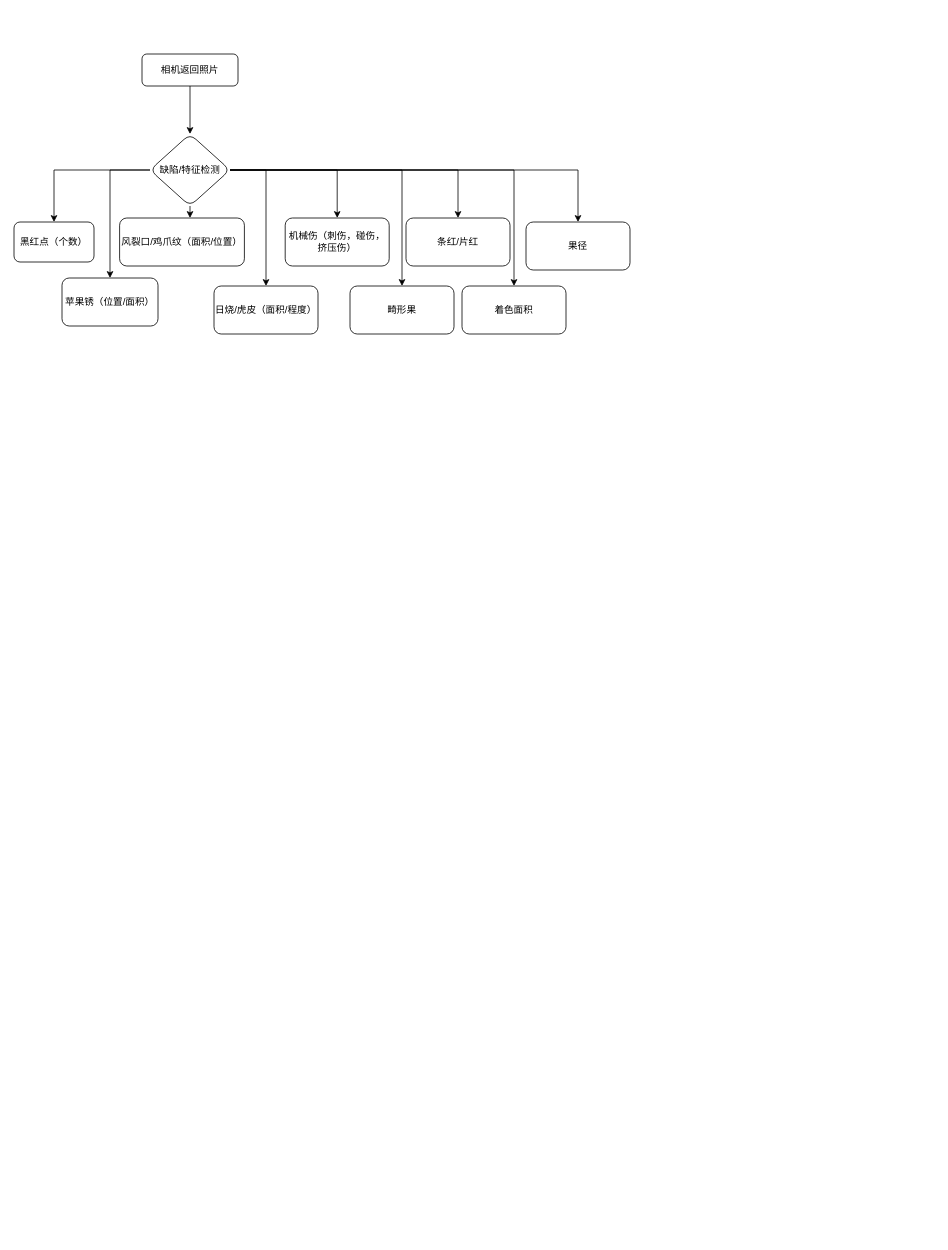
The draw.io diagram 识别逻辑.drawio in JoySort/uml, before the edit. Source tidied: cells renumbered, new cells numbered last; positions are measured from the earlier drawing's top-left corner, leaving out a move shared by most shapes. Both pictures are drawn from the tidied source at 80%, with x=0, y=0 at pixel (14, 54).
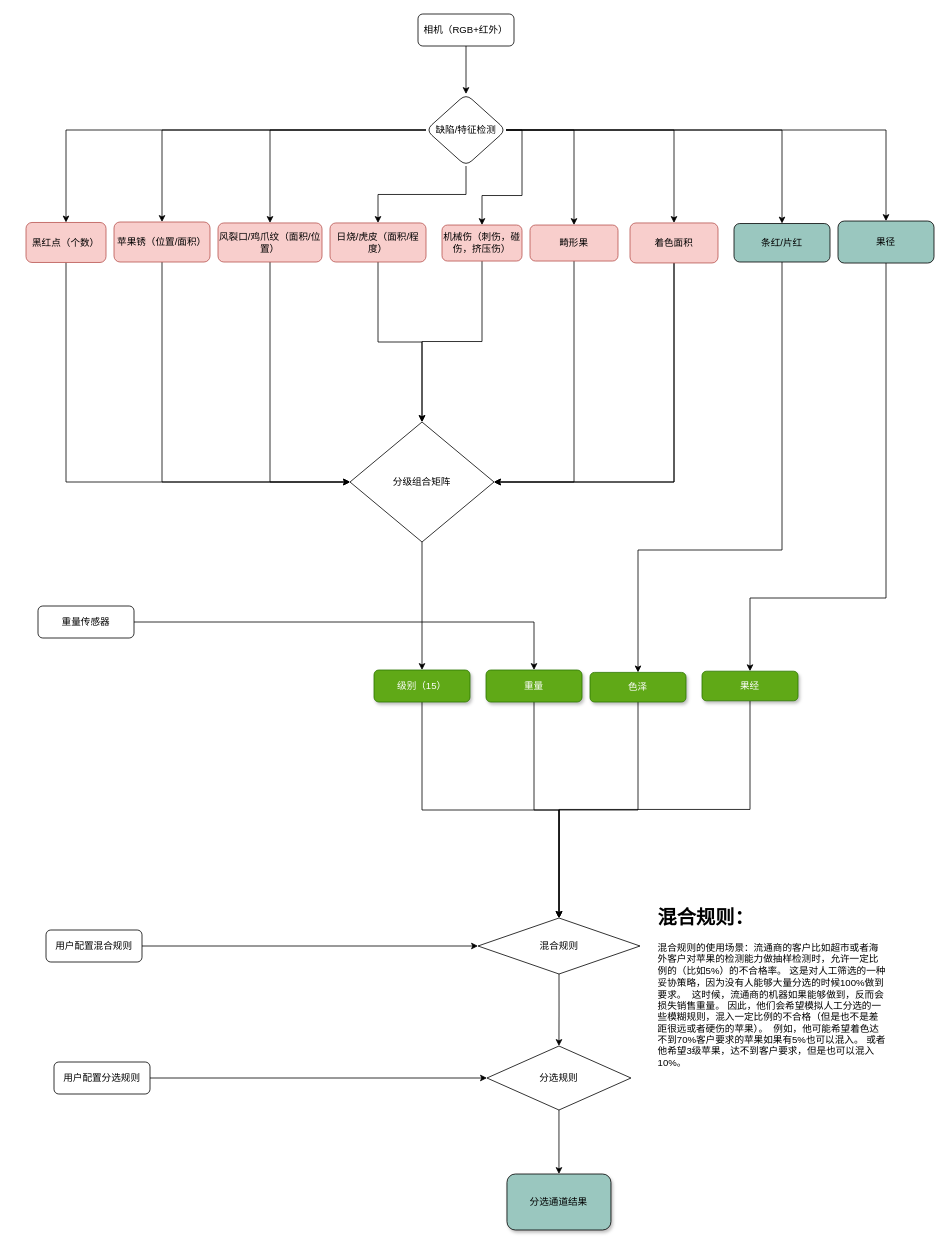
The same page after the edit.

The edit, as a diff of the source:
```diff
@@
-    <mxCell id="3" value="相机返回照片" style="rounded=1;whiteSpace=wrap;html=1;fontSize=12;glass=0;strokeWidth=1;shadow=0;" parent="1" vertex="1">
-      <mxGeometry x="160" width="120" height="40" as="geometry" />
+    <mxCell id="3" value="相机（RGB+红外）" style="rounded=1;whiteSpace=wrap;html=1;fontSize=12;glass=0;strokeWidth=1;shadow=0;" parent="1" vertex="1">
+      <mxGeometry x="505" y="-50" width="120" height="40" as="geometry" />
     </mxCell>
@@
-    <mxCell id="6" style="edgeStyle=orthogonalEdgeStyle;rounded=0;jettySize=auto;html=1;" parent="1" edge="1" source="13" target="16">
-      <mxGeometry relative="1" as="geometry">
-        <Array as="points">
-          <mxPoint x="240" y="215" />
-          <mxPoint x="268" y="215" />
-        </Array>
-      </mxGeometry>
-    </mxCell>
-    <mxCell id="7" style="edgeStyle=orthogonalEdgeStyle;rounded=0;jettySize=auto;html=1;exitX=1;exitY=0.5;exitDx=0;exitDy=0;entryX=0.5;entryY=0;entryDx=0;entryDy=0;" parent="1" edge="1" source="13" target="17">
-      <mxGeometry relative="1" as="geometry" />
-    </mxCell>
-    <mxCell id="8" style="edgeStyle=orthogonalEdgeStyle;rounded=0;jettySize=auto;html=1;" parent="1" edge="1" source="13" target="18">
+    <mxCell id="8" style="edgeStyle=orthogonalEdgeStyle;rounded=0;jettySize=auto;html=1;exitX=1;exitY=0.5;exitDx=0;exitDy=0;" parent="1" edge="1" source="13" target="18">
       <mxGeometry relative="1" as="geometry" />
     </mxCell>
@@
+    <mxCell id="7" style="edgeStyle=orthogonalEdgeStyle;rounded=0;jettySize=auto;html=1;exitX=0.5;exitY=1;exitDx=0;exitDy=0;" parent="1" edge="1" source="13" target="17">
+      <mxGeometry relative="1" as="geometry" />
+    </mxCell>
+    <mxCell id="6" style="edgeStyle=orthogonalEdgeStyle;rounded=0;jettySize=auto;html=1;exitX=0;exitY=0.5;exitDx=0;exitDy=0;" parent="1" edge="1" source="13" target="16">
+      <mxGeometry relative="1" as="geometry" />
+    </mxCell>
     <mxCell id="13" value="缺陷/特征检测" style="rhombus;whiteSpace=wrap;html=1;rounded=1;shadow=0;strokeWidth=1;glass=0;" parent="1" vertex="1">
-      <mxGeometry x="170" y="100" width="100" height="90" as="geometry" />
+      <mxGeometry x="515" y="50" width="100" height="90" as="geometry" />
     </mxCell>
+    <mxCell id="23" style="edgeStyle=orthogonalEdgeStyle;rounded=0;jettySize=auto;html=1;entryX=0;entryY=0.5;entryDx=0;entryDy=0;exitX=0.5;exitY=1;exitDx=0;exitDy=0;" parent="1" edge="1" source="14" target="34">
+      <mxGeometry relative="1" as="geometry" />
+    </mxCell>
-    <mxCell id="14" value="黑红点（个数）" style="whiteSpace=wrap;html=1;rounded=1;shadow=0;strokeWidth=1;glass=0;" parent="1" vertex="1">
-      <mxGeometry y="210" width="100" height="50" as="geometry" />
+    <mxCell id="14" value="黑红点（个数）" style="whiteSpace=wrap;html=1;rounded=1;shadow=0;strokeWidth=1;glass=0;fillColor=#f8cecc;strokeColor=#b85450;" parent="1" vertex="1">
+      <mxGeometry x="15" y="210.6" width="100" height="50" as="geometry" />
     </mxCell>
+    <mxCell id="24" style="edgeStyle=orthogonalEdgeStyle;rounded=0;jettySize=auto;html=1;entryX=0;entryY=0.5;entryDx=0;entryDy=0;exitX=0.5;exitY=1;exitDx=0;exitDy=0;" parent="1" edge="1" source="15" target="34">
+      <mxGeometry relative="1" as="geometry" />
+    </mxCell>
-    <mxCell id="15" value="苹果锈（位置/面积）" style="whiteSpace=wrap;html=1;rounded=1;shadow=0;strokeWidth=1;glass=0;" parent="1" vertex="1">
-      <mxGeometry x="60" y="280" width="120" height="60" as="geometry" />
+    <mxCell id="15" value="苹果锈（位置/面积）" style="whiteSpace=wrap;html=1;rounded=1;shadow=0;strokeWidth=1;glass=0;fillColor=#f8cecc;strokeColor=#b85450;" parent="1" vertex="1">
+      <mxGeometry x="125" y="210" width="120" height="50" as="geometry" />
     </mxCell>
+    <mxCell id="25" style="edgeStyle=orthogonalEdgeStyle;rounded=0;jettySize=auto;html=1;exitX=0.5;exitY=1;exitDx=0;exitDy=0;entryX=0;entryY=0.5;entryDx=0;entryDy=0;" parent="1" edge="1" source="16" target="34">
+      <mxGeometry relative="1" as="geometry" />
+    </mxCell>
-    <mxCell id="16" value="风裂口/鸡爪纹（面积/位置）" style="whiteSpace=wrap;html=1;rounded=1;shadow=0;strokeWidth=1;glass=0;" parent="1" vertex="1">
-      <mxGeometry x="132" y="205" width="156" height="60" as="geometry" />
+    <mxCell id="16" value="风裂口/鸡爪纹（面积/位置）" style="whiteSpace=wrap;html=1;rounded=1;shadow=0;strokeWidth=1;glass=0;fillColor=#f8cecc;strokeColor=#b85450;" parent="1" vertex="1">
+      <mxGeometry x="255" y="211.2" width="130" height="48.8" as="geometry" />
     </mxCell>
+    <mxCell id="26" style="edgeStyle=orthogonalEdgeStyle;rounded=0;jettySize=auto;html=1;exitX=0.5;exitY=1;exitDx=0;exitDy=0;" parent="1" edge="1" source="17" target="34">
+      <mxGeometry relative="1" as="geometry" />
+    </mxCell>
-    <mxCell id="17" value="日烧/虎皮（面积/程度）" style="whiteSpace=wrap;html=1;rounded=1;shadow=0;strokeWidth=1;glass=0;" parent="1" vertex="1">
-      <mxGeometry x="250" y="290" width="130" height="60" as="geometry" />
+    <mxCell id="17" value="日烧/虎皮（面积/程度）" style="whiteSpace=wrap;html=1;rounded=1;shadow=0;strokeWidth=1;glass=0;fillColor=#f8cecc;strokeColor=#b85450;" parent="1" vertex="1">
+      <mxGeometry x="395" y="211.2" width="120" height="48.8" as="geometry" />
     </mxCell>
+    <mxCell id="27" style="edgeStyle=orthogonalEdgeStyle;rounded=0;jettySize=auto;html=1;exitX=0.5;exitY=1;exitDx=0;exitDy=0;entryX=0.5;entryY=0;entryDx=0;entryDy=0;" parent="1" edge="1" source="18" target="34">
+      <mxGeometry relative="1" as="geometry" />
+    </mxCell>
-    <mxCell id="18" value="机械伤（刺伤，碰伤，挤压伤）" style="whiteSpace=wrap;html=1;rounded=1;shadow=0;strokeWidth=1;glass=0;" parent="1" vertex="1">
-      <mxGeometry x="339" y="205" width="130" height="60" as="geometry" />
+    <mxCell id="18" value="机械伤（刺伤，碰伤，挤压伤）" style="whiteSpace=wrap;html=1;rounded=1;shadow=0;strokeWidth=1;glass=0;fillColor=#f8cecc;strokeColor=#b85450;" parent="1" vertex="1">
+      <mxGeometry x="535" y="213.8" width="100" height="45" as="geometry" />
     </mxCell>
+    <mxCell id="28" style="edgeStyle=orthogonalEdgeStyle;rounded=0;jettySize=auto;html=1;entryX=1;entryY=0.5;entryDx=0;entryDy=0;exitX=0.5;exitY=1;exitDx=0;exitDy=0;" parent="1" edge="1" source="19" target="34">
+      <mxGeometry relative="1" as="geometry" />
+    </mxCell>
-    <mxCell id="19" value="畸形果" style="whiteSpace=wrap;html=1;rounded=1;shadow=0;strokeWidth=1;glass=0;" parent="1" vertex="1">
-      <mxGeometry x="420" y="290" width="130" height="60" as="geometry" />
+    <mxCell id="19" value="畸形果" style="whiteSpace=wrap;html=1;rounded=1;shadow=0;strokeWidth=1;glass=0;fillColor=#f8cecc;strokeColor=#b85450;" parent="1" vertex="1">
+      <mxGeometry x="645" y="213.8" width="110" height="45" as="geometry" />
     </mxCell>
+    <mxCell id="29" style="edgeStyle=orthogonalEdgeStyle;rounded=0;jettySize=auto;html=1;exitX=0.5;exitY=1;exitDx=0;exitDy=0;entryX=1;entryY=0.5;entryDx=0;entryDy=0;" parent="1" edge="1" source="21" target="34">
+      <mxGeometry relative="1" as="geometry" />
+    </mxCell>
+    <mxCell id="30" style="edgeStyle=orthogonalEdgeStyle;rounded=0;jettySize=auto;html=1;exitX=0.5;exitY=1;exitDx=0;exitDy=0;" parent="1" edge="1" source="20" target="44">
+      <mxGeometry relative="1" as="geometry">
+        <Array as="points">
+          <mxPoint x="960" y="620" />
+          <mxPoint x="780" y="620" />
+        </Array>
+      </mxGeometry>
+    </mxCell>
-    <mxCell id="20" value="条红/片红" style="whiteSpace=wrap;html=1;rounded=1;shadow=0;strokeWidth=1;glass=0;" parent="1" vertex="1">
-      <mxGeometry x="490" y="205" width="130" height="60" as="geometry" />
+    <mxCell id="20" value="条红/片红" style="whiteSpace=wrap;html=1;rounded=1;shadow=0;strokeWidth=1;glass=0;fillColor=#9AC7BF;" parent="1" vertex="1">
+      <mxGeometry x="900" y="211.9" width="120" height="48.1" as="geometry" />
     </mxCell>
+    <mxCell id="31" style="edgeStyle=orthogonalEdgeStyle;rounded=0;jettySize=auto;html=1;exitX=0.5;exitY=1;exitDx=0;exitDy=0;entryX=1;entryY=0.5;entryDx=0;entryDy=0;" parent="1" edge="1" source="21" target="34">
+      <mxGeometry relative="1" as="geometry" />
+    </mxCell>
+    <mxCell id="32" style="edgeStyle=orthogonalEdgeStyle;rounded=0;jettySize=auto;html=1;exitX=0.5;exitY=1;exitDx=0;exitDy=0;" parent="1" edge="1" source="22" target="48">
+      <mxGeometry relative="1" as="geometry">
+        <Array as="points">
+          <mxPoint x="1090" y="680" />
+          <mxPoint x="920" y="680" />
+        </Array>
+      </mxGeometry>
+    </mxCell>
+    <mxCell id="22" value="果径" style="whiteSpace=wrap;html=1;rounded=1;shadow=0;strokeWidth=1;glass=0;fillColor=#9AC7BF;" parent="1" vertex="1">
+      <mxGeometry x="1030" y="208.8" width="120" height="52.5" as="geometry" />
+    </mxCell>
+    <mxCell id="33" style="edgeStyle=orthogonalEdgeStyle;rounded=0;jettySize=auto;html=1;" parent="1" edge="1" source="34" target="42">
+      <mxGeometry relative="1" as="geometry" />
+    </mxCell>
+    <mxCell id="34" value="分级组合矩阵" style="rhombus;whiteSpace=wrap;html=1;" parent="1" vertex="1">
+      <mxGeometry x="420" y="460" width="180" height="150" as="geometry" />
+    </mxCell>
-    <mxCell id="21" value="着色面积" style="whiteSpace=wrap;html=1;rounded=1;shadow=0;strokeWidth=1;glass=0;" parent="1" vertex="1">
-      <mxGeometry x="560" y="290" width="130" height="60" as="geometry" />
+    <mxCell id="21" value="着色面积" style="whiteSpace=wrap;html=1;rounded=1;shadow=0;strokeWidth=1;glass=0;fillColor=#f8cecc;strokeColor=#b85450;" parent="1" vertex="1">
+      <mxGeometry x="770" y="211.2" width="110" height="50" as="geometry" />
     </mxCell>
-    <mxCell id="22" value="果径" style="whiteSpace=wrap;html=1;rounded=1;shadow=0;strokeWidth=1;glass=0;" parent="1" vertex="1">
-      <mxGeometry x="640" y="210" width="130" height="60" as="geometry" />
-    </mxCell>
+    <mxCell id="35" style="edgeStyle=orthogonalEdgeStyle;rounded=0;jettySize=auto;html=1;entryX=0.5;entryY=0;entryDx=0;entryDy=0;" parent="1" edge="1" source="36" target="40">
+      <mxGeometry relative="1" as="geometry" />
+    </mxCell>
+    <mxCell id="36" value="重量传感器" style="rounded=1;whiteSpace=wrap;html=1;fontSize=12;glass=0;strokeWidth=1;shadow=0;" parent="1" vertex="1">
+      <mxGeometry x="30" y="690" width="120" height="40" as="geometry" />
+    </mxCell>
+    <mxCell id="37" style="edgeStyle=orthogonalEdgeStyle;rounded=0;jettySize=auto;html=1;" parent="1" edge="1" source="38" target="46">
+      <mxGeometry relative="1" as="geometry" />
+    </mxCell>
+    <mxCell id="38" value="用户配置分选规则" style="rounded=1;whiteSpace=wrap;html=1;fontSize=12;glass=0;strokeWidth=1;shadow=0;" parent="1" vertex="1">
+      <mxGeometry x="50" y="1260" width="120" height="40" as="geometry" />
+    </mxCell>
+    <mxCell id="39" style="edgeStyle=orthogonalEdgeStyle;rounded=0;jettySize=auto;html=1;exitX=0.5;exitY=1;exitDx=0;exitDy=0;entryX=0.5;entryY=0;entryDx=0;entryDy=0;" parent="1" edge="1" source="40" target="52">
+      <mxGeometry relative="1" as="geometry" />
+    </mxCell>
+    <mxCell id="40" value="重量" style="rounded=1;whiteSpace=wrap;html=1;fontSize=12;glass=0;strokeWidth=1;shadow=1;sketch=0;fillColor=#60a917;strokeColor=#2D7600;fontColor=#ffffff;" parent="1" vertex="1">
+      <mxGeometry x="590" y="770" width="120" height="40" as="geometry" />
+    </mxCell>
+    <mxCell id="41" style="edgeStyle=orthogonalEdgeStyle;rounded=0;jettySize=auto;html=1;exitX=0.5;exitY=1;exitDx=0;exitDy=0;entryX=0.5;entryY=0;entryDx=0;entryDy=0;" parent="1" edge="1" source="42" target="52">
+      <mxGeometry relative="1" as="geometry" />
+    </mxCell>
+    <mxCell id="42" value="级别（15）" style="whiteSpace=wrap;html=1;rounded=1;glass=0;shadow=1;sketch=0;fillColor=#60a917;strokeColor=#2D7600;fontColor=#ffffff;" parent="1" vertex="1">
+      <mxGeometry x="450" y="770" width="120" height="40" as="geometry" />
+    </mxCell>
+    <mxCell id="43" style="edgeStyle=orthogonalEdgeStyle;rounded=0;jettySize=auto;html=1;exitX=0.5;exitY=1;exitDx=0;exitDy=0;entryX=0.5;entryY=0;entryDx=0;entryDy=0;" parent="1" edge="1" source="44" target="52">
+      <mxGeometry relative="1" as="geometry" />
+    </mxCell>
+    <mxCell id="44" value="色泽" style="whiteSpace=wrap;html=1;rounded=1;shadow=1;strokeWidth=1;glass=0;sketch=0;fillColor=#60a917;strokeColor=#2D7600;fontColor=#ffffff;" parent="1" vertex="1">
+      <mxGeometry x="720" y="773" width="120" height="37" as="geometry" />
+    </mxCell>
+    <mxCell id="45" style="edgeStyle=orthogonalEdgeStyle;rounded=0;jettySize=auto;html=1;exitX=0.5;exitY=1;exitDx=0;exitDy=0;entryX=0.5;entryY=0;entryDx=0;entryDy=0;" parent="1" edge="1" source="46" target="54">
+      <mxGeometry relative="1" as="geometry" />
+    </mxCell>
+    <mxCell id="46" value="分选规则" style="rhombus;whiteSpace=wrap;html=1;" parent="1" vertex="1">
+      <mxGeometry x="591.2" y="1240" width="180" height="80" as="geometry" />
+    </mxCell>
+    <mxCell id="47" style="edgeStyle=orthogonalEdgeStyle;rounded=0;jettySize=auto;html=1;exitX=0.5;exitY=1;exitDx=0;exitDy=0;" parent="1" edge="1" source="48" target="52">
+      <mxGeometry relative="1" as="geometry" />
+    </mxCell>
+    <mxCell id="48" value="果经" style="whiteSpace=wrap;html=1;rounded=1;shadow=1;strokeWidth=1;glass=0;sketch=0;fillColor=#60a917;strokeColor=#2D7600;fontColor=#ffffff;" parent="1" vertex="1">
+      <mxGeometry x="860" y="771.5" width="120" height="37" as="geometry" />
+    </mxCell>
+    <mxCell id="49" style="edgeStyle=orthogonalEdgeStyle;rounded=0;jettySize=auto;html=1;" parent="1" edge="1" source="50" target="52">
+      <mxGeometry relative="1" as="geometry" />
+    </mxCell>
+    <mxCell id="50" value="用户配置混合规则" style="rounded=1;whiteSpace=wrap;html=1;fontSize=12;glass=0;strokeWidth=1;shadow=0;" parent="1" vertex="1">
+      <mxGeometry x="40" y="1095" width="120" height="40" as="geometry" />
+    </mxCell>
+    <mxCell id="51" style="edgeStyle=orthogonalEdgeStyle;rounded=0;jettySize=auto;html=1;exitX=0.5;exitY=1;exitDx=0;exitDy=0;entryX=0.5;entryY=0;entryDx=0;entryDy=0;" parent="1" edge="1" source="52" target="46">
+      <mxGeometry relative="1" as="geometry" />
+    </mxCell>
+    <mxCell id="52" value="混合规则" style="rhombus;whiteSpace=wrap;html=1;" parent="1" vertex="1">
+      <mxGeometry x="580" y="1080" width="202.5" height="70" as="geometry" />
+    </mxCell>
+    <mxCell id="53" value="&lt;h1&gt;混合规则：&lt;/h1&gt;&lt;div&gt;混合规则的使用场景：流通商的客户比如超市或者海外客户对苹果的检测能力做抽样检测时，允许一定比例的（比如5%）的不合格率。 这是对人工筛选的一种妥协策略，因为没有人能够大量分选的时候100%做到要求。&amp;nbsp; 这时候，流通商的机器如果能够做到，反而会损失销售重量。 因此，他们会希望模拟人工分选的一些模糊规则，混入一定比例的不合格（但是也不是差距很远或者硬伤的苹果）。&amp;nbsp; 例如，他可能希望着色达不到70%客户要求的苹果如果有5%也可以混入。 或者他希望3级苹果，达不到客户要求，但是也可以混入10%。&lt;/div&gt;" style="text;html=1;strokeColor=none;fillColor=none;spacing=5;spacingTop=-20;whiteSpace=wrap;overflow=hidden;rounded=0;shadow=1;glass=0;sketch=0;" parent="1" vertex="1">
+      <mxGeometry x="800" y="1060" width="293.8" height="310" as="geometry" />
+    </mxCell>
+    <mxCell id="54" value="分选通道结果" style="rounded=1;whiteSpace=wrap;html=1;shadow=1;glass=0;sketch=0;fillColor=#9AC7BF;" parent="1" vertex="1">
+      <mxGeometry x="616.2" y="1400" width="130" height="70" as="geometry" />
+    </mxCell>
```
